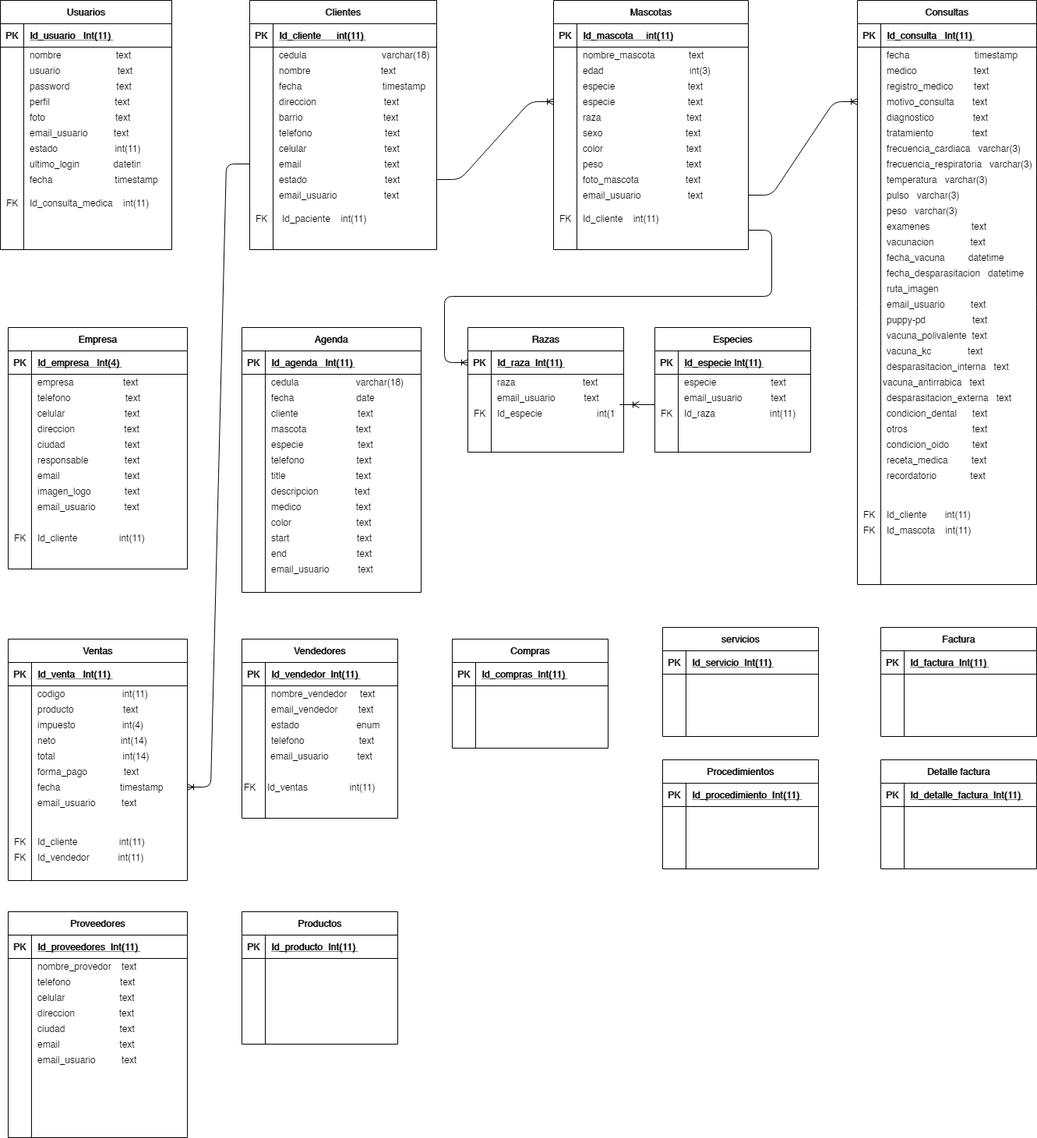
The draw.io diagram Untitled Diagram.png in heberthm/ejemplos-blog, before a commit. Source tidied: cells renumbered, new cells last; positions are measured from the earlier drawing's top-left corner, leaving out a move shared by most shapes.
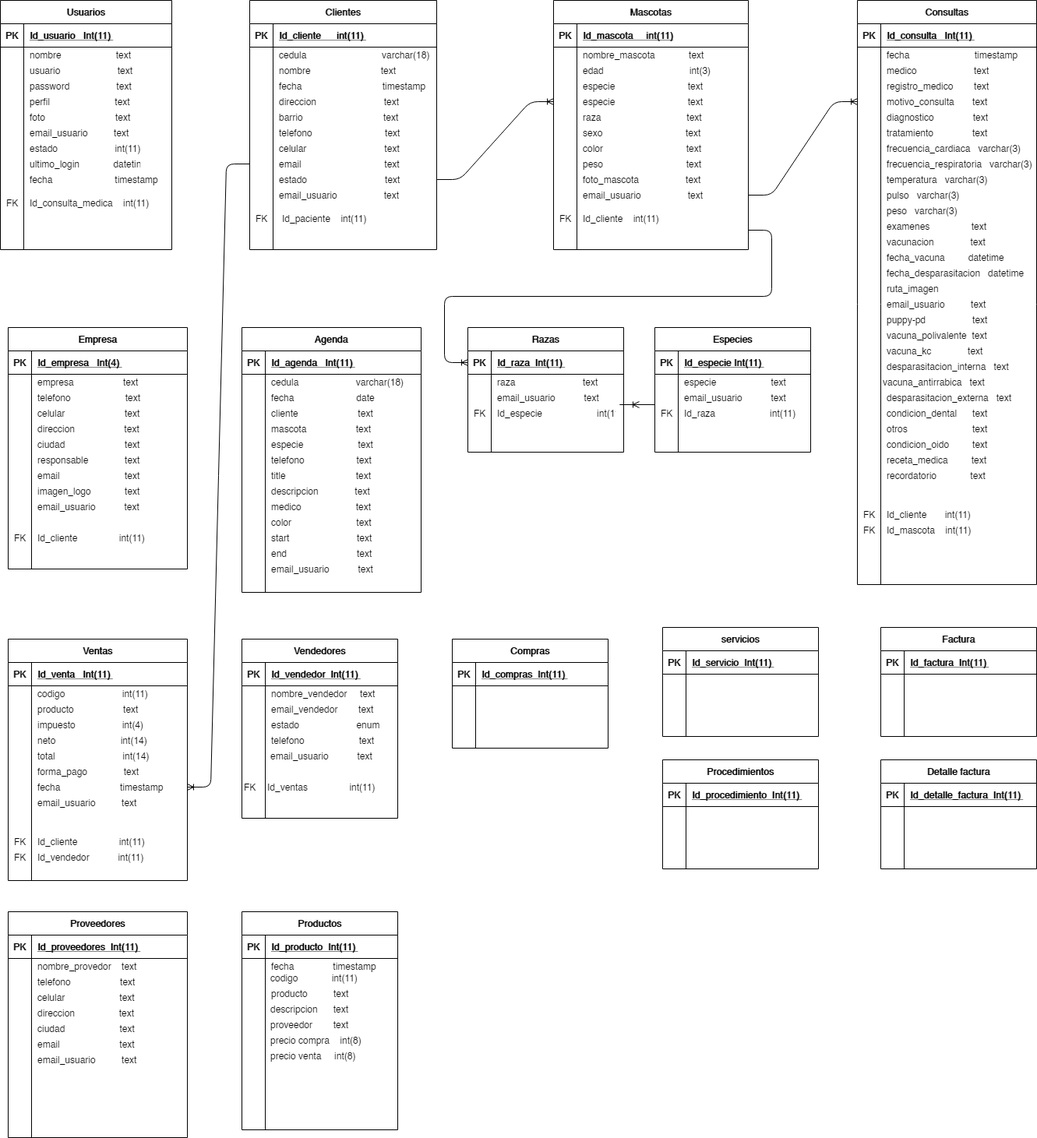
After the commit.

What changed in the source:
```diff
@@ -977,7 +977,7 @@
       <mxGeometry x="40" y="1350" width="200" height="20" as="geometry" />
     </mxCell>
     <mxCell id="325" value="Productos" style="shape=table;startSize=30;rowLines=0;fontStyle=1;align=center;" parent="1" vertex="1">
-      <mxGeometry x="310" y="1170" width="200" height="170" as="geometry" />
+      <mxGeometry x="310" y="1170" width="200" height="280" as="geometry" />
     </mxCell>
     <mxCell id="326" style="shape=partialRectangle;fillColor=none;top=0;left=0;bottom=1;right=0;" parent="325" vertex="1">
       <mxGeometry y="30" width="200" height="30" as="geometry" />
@@ -1003,5 +1003,26 @@
     <mxCell id="333" value="telefono                     text" style="shape=partialRectangle;fillColor=none;top=0;left=0;bottom=0;right=0;align=left;spacingLeft=6;overflow=hidden;" parent="1" vertex="1">
       <mxGeometry x="340" y="940" width="170" height="20" as="geometry" />
     </mxCell>
+    <mxCell id="334" value="fecha               timestamp" style="shape=partialRectangle;fillColor=none;top=0;left=0;bottom=0;right=0;align=left;spacingLeft=6;overflow=hidden;" parent="1" vertex="1">
+      <mxGeometry x="340" y="1230" width="170" height="20" as="geometry" />
+    </mxCell>
+    <mxCell id="335" value="codigo             int(11)" style="shape=partialRectangle;fillColor=none;top=0;left=0;bottom=0;right=0;align=left;spacingLeft=6;overflow=hidden;" parent="1" vertex="1">
+      <mxGeometry x="339" y="1245" width="170" height="20" as="geometry" />
+    </mxCell>
+    <mxCell id="336" value="descripcion      text" style="shape=partialRectangle;fillColor=none;top=0;left=0;bottom=0;right=0;align=left;spacingLeft=6;overflow=hidden;" parent="1" vertex="1">
+      <mxGeometry x="339" y="1285" width="170" height="20" as="geometry" />
+    </mxCell>
+    <mxCell id="337" value="proveedor        text" style="shape=partialRectangle;fillColor=none;top=0;left=0;bottom=0;right=0;align=left;spacingLeft=6;overflow=hidden;" parent="1" vertex="1">
+      <mxGeometry x="339" y="1305" width="170" height="20" as="geometry" />
+    </mxCell>
+    <mxCell id="338" value="precio compra    int(8)" style="shape=partialRectangle;fillColor=none;top=0;left=0;bottom=0;right=0;align=left;spacingLeft=6;overflow=hidden;" parent="1" vertex="1">
+      <mxGeometry x="339" y="1325" width="170" height="20" as="geometry" />
+    </mxCell>
+    <mxCell id="339" value="precio venta     int(8)" style="shape=partialRectangle;fillColor=none;top=0;left=0;bottom=0;right=0;align=left;spacingLeft=6;overflow=hidden;" parent="1" vertex="1">
+      <mxGeometry x="339" y="1345" width="170" height="20" as="geometry" />
+    </mxCell>
+    <mxCell id="340" value="producto          text" style="shape=partialRectangle;fillColor=none;top=0;left=0;bottom=0;right=0;align=left;spacingLeft=6;overflow=hidden;" parent="1" vertex="1">
+      <mxGeometry x="340" y="1265" width="170" height="20" as="geometry" />
+    </mxCell>
   </root>
 </mxGraphModel>
```
